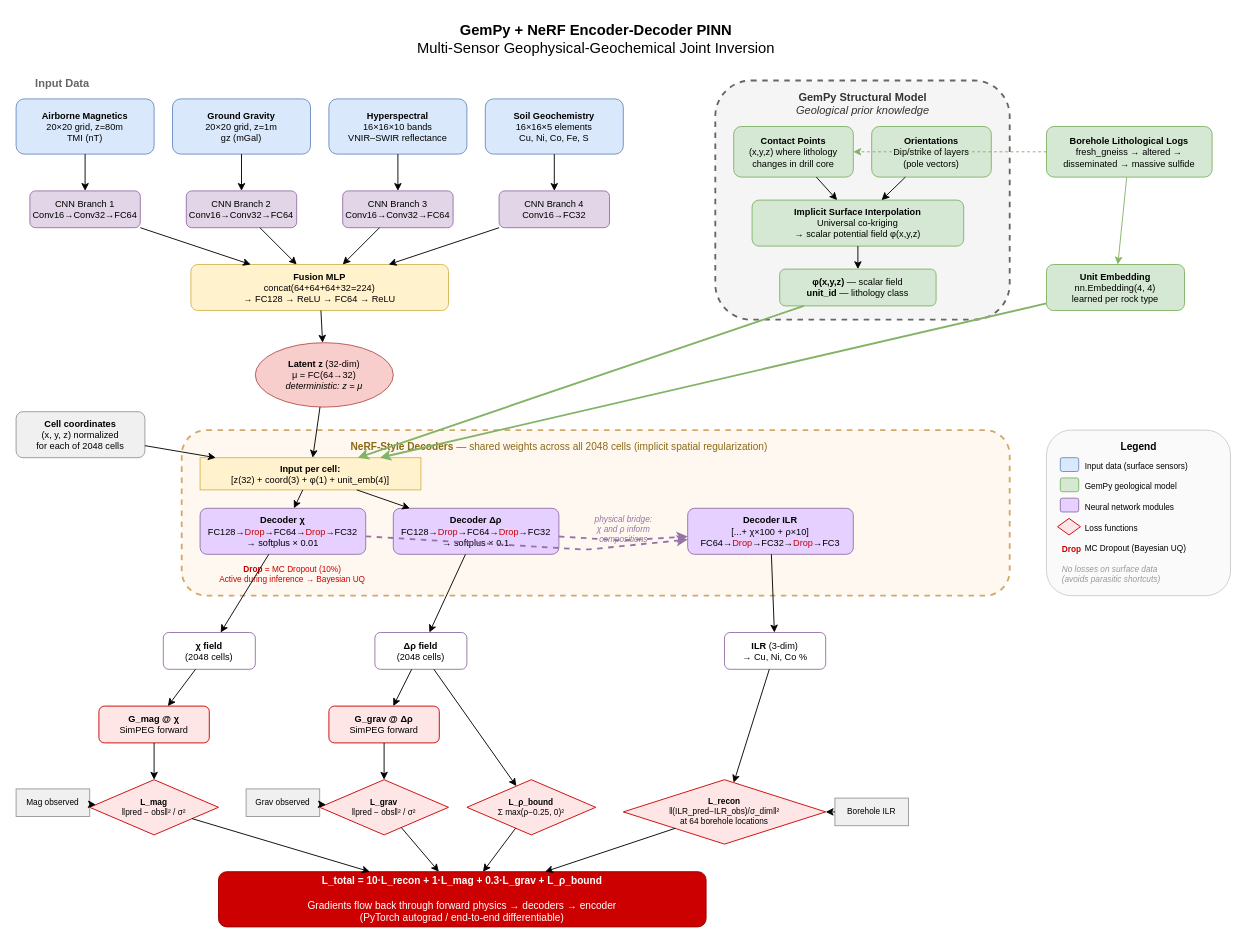
The draw.io diagram architecture.drawio in essicolo/enc-dec, before the edit. Source tidied: cells renumbered, new cells numbered last; positions are measured from the earlier drawing's top-left corner, leaving out a move shared by most shapes. Both pictures are drawn from the tidied source at 92%, with x=0, y=0 at pixel (16, 16).
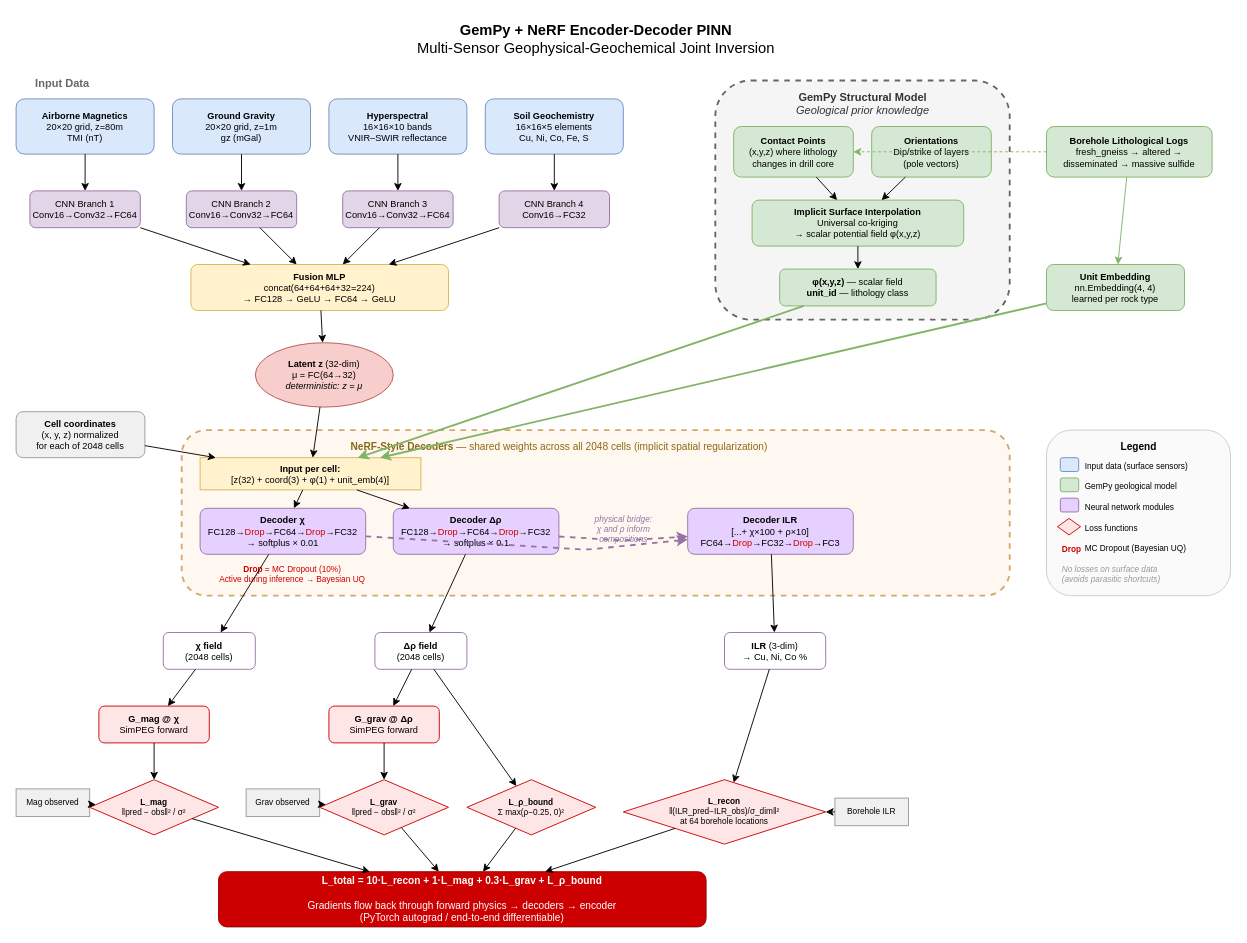
Above is the later version.

The edit, as a diff of the source:
```diff
@@
-    <mxCell id="16" value="&lt;b&gt;Fusion MLP&lt;/b&gt;&lt;br&gt;concat(64+64+64+32=224)&lt;br&gt;→ FC128 → ReLU → FC64 → ReLU" style="rounded=1;whiteSpace=wrap;html=1;fillColor=#fff2cc;strokeColor=#d6b656;fontSize=10;" parent="1" vertex="1">
+    <mxCell id="16" value="&lt;b&gt;Fusion MLP&lt;/b&gt;&lt;br&gt;concat(64+64+64+32=224)&lt;br&gt;→ FC128 → GeLU → FC64 → GeLU" style="rounded=1;whiteSpace=wrap;html=1;fillColor=#fff2cc;strokeColor=#d6b656;fontSize=10;" parent="1" vertex="1">
       <mxGeometry x="190" y="270" width="280" height="50" as="geometry" />
     </mxCell>
```
